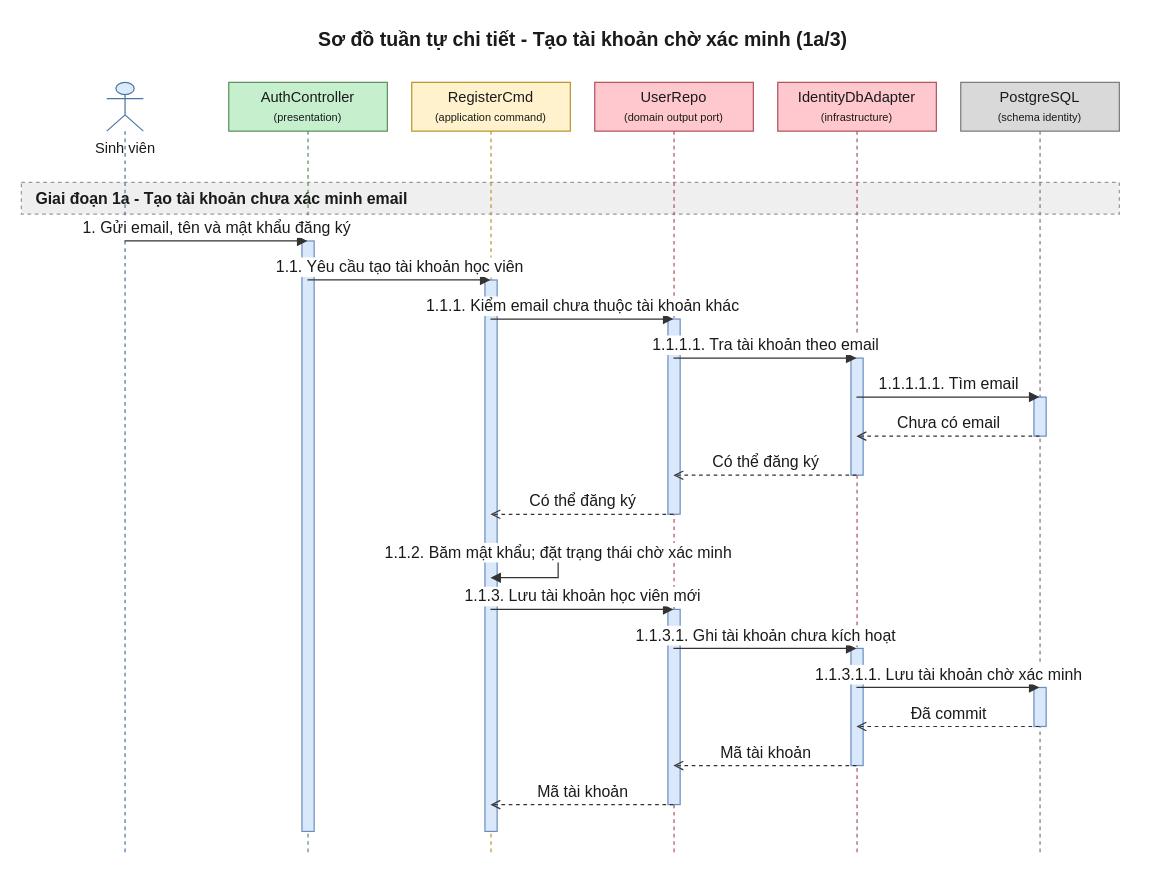
Before: 08-diagram/sequence/user/sequence_user_dang_ky_dang_nhap_p1.drawio in daiphu1801/PRJ_ALGOPREP, a draw.io diagram. Source tidied: cells renumbered, new cells numbered last; positions are measured from the earlier drawing's top-left corner, leaving out a move shared by most shapes. Both pictures are drawn from the tidied source at 122%, with x=0, y=0 at pixel (21, 21).
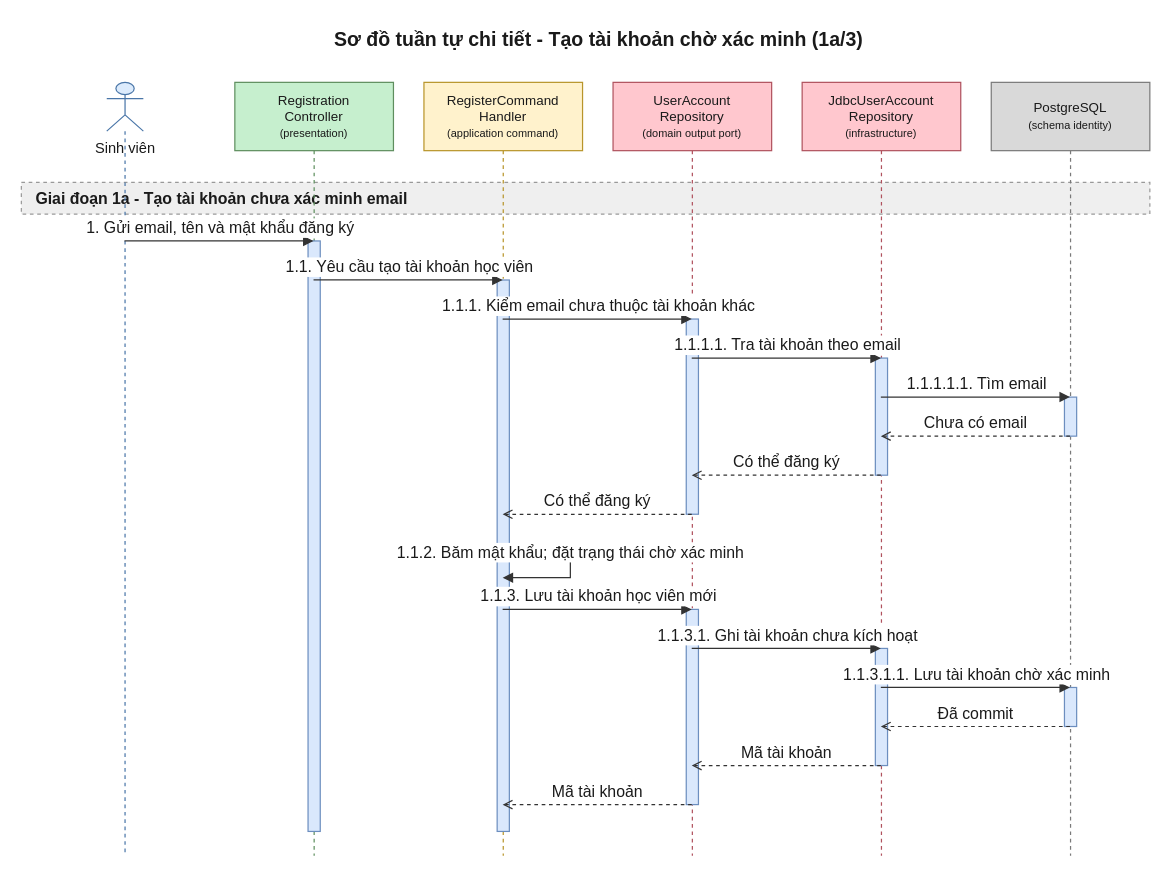
Above is the later version.

What changed in the source:
```diff
@@
     <mxCell id="2" value="Sơ đồ tuần tự chi tiết - Tạo tài khoản chờ xác minh (1a/3)" style="text;html=1;fontSize=16;fontStyle=1;align=center;verticalAlign=middle;fontColor=#1A1A1A;" parent="1" vertex="1">
-      <mxGeometry x="20" width="880" height="30" as="geometry" />
+      <mxGeometry x="20" width="905" height="30" as="geometry" />
     </mxCell>
     <mxCell id="3" value="Giai đoạn 1a - Tạo tài khoản chưa xác minh email" style="algoprep=phase;rounded=0;whiteSpace=wrap;html=1;fillColor=#EFEFEF;strokeColor=#999999;dashed=1;align=left;verticalAlign=middle;spacingLeft=10;fontColor=#1A1A1A;fontSize=13;fontStyle=1;" parent="1" vertex="1">
-      <mxGeometry y="132" width="900" height="26" as="geometry" />
+      <mxGeometry y="132" width="925" height="26" as="geometry" />
     </mxCell>
@@
-    <mxCell id="5" value="AuthController&lt;br&gt;&lt;font style=&quot;font-size:9px&quot;&gt;(presentation)&lt;/font&gt;" style="shape=umlLifeline;perimeter=lifelinePerimeter;whiteSpace=wrap;html=1;outlineConnect=0;size=40;fillColor=#C6EFCE;strokeColor=#5E8E5E;fontColor=#1A1A1A;" parent="1" vertex="1">
-      <mxGeometry x="170" y="50" width="130" height="634" as="geometry" />
+    <mxCell id="5" value="Registration&lt;br&gt;Controller&lt;br&gt;&lt;font style=&quot;font-size:9px&quot;&gt;(presentation)&lt;/font&gt;" style="shape=umlLifeline;perimeter=lifelinePerimeter;whiteSpace=wrap;html=1;outlineConnect=0;size=56;fontSize=11;fillColor=#C6EFCE;strokeColor=#5E8E5E;fontColor=#1A1A1A;" parent="1" vertex="1">
+      <mxGeometry x="175" y="50" width="130" height="634" as="geometry" />
     </mxCell>
-    <mxCell id="6" value="RegisterCmd&lt;br&gt;&lt;font style=&quot;font-size:9px&quot;&gt;(application command)&lt;/font&gt;" style="shape=umlLifeline;perimeter=lifelinePerimeter;whiteSpace=wrap;html=1;outlineConnect=0;size=40;fillColor=#FFF2CC;strokeColor=#B8952A;fontColor=#1A1A1A;" parent="1" vertex="1">
-      <mxGeometry x="320" y="50" width="130" height="634" as="geometry" />
+    <mxCell id="6" value="RegisterCommand&lt;br&gt;Handler&lt;br&gt;&lt;font style=&quot;font-size:9px&quot;&gt;(application command)&lt;/font&gt;" style="shape=umlLifeline;perimeter=lifelinePerimeter;whiteSpace=wrap;html=1;outlineConnect=0;size=56;fontSize=11;fillColor=#FFF2CC;strokeColor=#B8952A;fontColor=#1A1A1A;" parent="1" vertex="1">
+      <mxGeometry x="330" y="50" width="130" height="634" as="geometry" />
     </mxCell>
-    <mxCell id="7" value="UserRepo&lt;br&gt;&lt;font style=&quot;font-size:9px&quot;&gt;(domain output port)&lt;/font&gt;" style="shape=umlLifeline;perimeter=lifelinePerimeter;whiteSpace=wrap;html=1;outlineConnect=0;size=40;fillColor=#FFC7CE;strokeColor=#B0525E;fontColor=#1A1A1A;" parent="1" vertex="1">
-      <mxGeometry x="470" y="50" width="130" height="634" as="geometry" />
+    <mxCell id="7" value="UserAccount&lt;br&gt;Repository&lt;br&gt;&lt;font style=&quot;font-size:9px&quot;&gt;(domain output port)&lt;/font&gt;" style="shape=umlLifeline;perimeter=lifelinePerimeter;whiteSpace=wrap;html=1;outlineConnect=0;size=56;fontSize=11;fillColor=#FFC7CE;strokeColor=#B0525E;fontColor=#1A1A1A;" parent="1" vertex="1">
+      <mxGeometry x="485" y="50" width="130" height="634" as="geometry" />
     </mxCell>
-    <mxCell id="8" value="IdentityDbAdapter&lt;br&gt;&lt;font style=&quot;font-size:9px&quot;&gt;(infrastructure)&lt;/font&gt;" style="shape=umlLifeline;perimeter=lifelinePerimeter;whiteSpace=wrap;html=1;outlineConnect=0;size=40;fillColor=#FFC7CE;strokeColor=#B0525E;fontColor=#1A1A1A;" parent="1" vertex="1">
-      <mxGeometry x="620" y="50" width="130" height="634" as="geometry" />
+    <mxCell id="8" value="JdbcUserAccount&lt;br&gt;Repository&lt;br&gt;&lt;font style=&quot;font-size:9px&quot;&gt;(infrastructure)&lt;/font&gt;" style="shape=umlLifeline;perimeter=lifelinePerimeter;whiteSpace=wrap;html=1;outlineConnect=0;size=56;fontSize=11;fillColor=#FFC7CE;strokeColor=#B0525E;fontColor=#1A1A1A;" parent="1" vertex="1">
+      <mxGeometry x="640" y="50" width="130" height="634" as="geometry" />
     </mxCell>
-    <mxCell id="9" value="PostgreSQL&lt;br&gt;&lt;font style=&quot;font-size:9px&quot;&gt;(schema identity)&lt;/font&gt;" style="shape=umlLifeline;perimeter=lifelinePerimeter;whiteSpace=wrap;html=1;outlineConnect=0;size=40;fillColor=#D9D9D9;strokeColor=#7A7A7A;fontColor=#1A1A1A;" parent="1" vertex="1">
-      <mxGeometry x="770" y="50" width="130" height="634" as="geometry" />
+    <mxCell id="9" value="PostgreSQL&lt;br&gt;&lt;font style=&quot;font-size:9px&quot;&gt;(schema identity)&lt;/font&gt;" style="shape=umlLifeline;perimeter=lifelinePerimeter;whiteSpace=wrap;html=1;outlineConnect=0;size=56;fontSize=11;fillColor=#D9D9D9;strokeColor=#7A7A7A;fontColor=#1A1A1A;" parent="1" vertex="1">
+      <mxGeometry x="795" y="50" width="130" height="634" as="geometry" />
     </mxCell>
@@
     <mxCell id="26" value="1.1.2. Băm mật khẩu; đặt trạng thái chờ xác minh" style="edgeStyle=orthogonalEdgeStyle;rounded=0;html=1;endArrow=block;endFill=1;strokeColor=#333333;fontColor=#1A1A1A;fontSize=13;verticalAlign=bottom;exitX=0.5;exitY=0.6088;exitDx=0;exitDy=0;entryX=0.5;entryY=0.6404;entryDx=0;entryDy=0;" parent="1" edge="1" source="6" target="6">
       <mxGeometry relative="1" as="geometry">
         <Array as="points">
-          <mxPoint x="440" y="436" />
-          <mxPoint x="440" y="456" />
+          <mxPoint x="450" y="436" />
+          <mxPoint x="450" y="456" />
         </Array>
       </mxGeometry>
     </mxCell>
```
